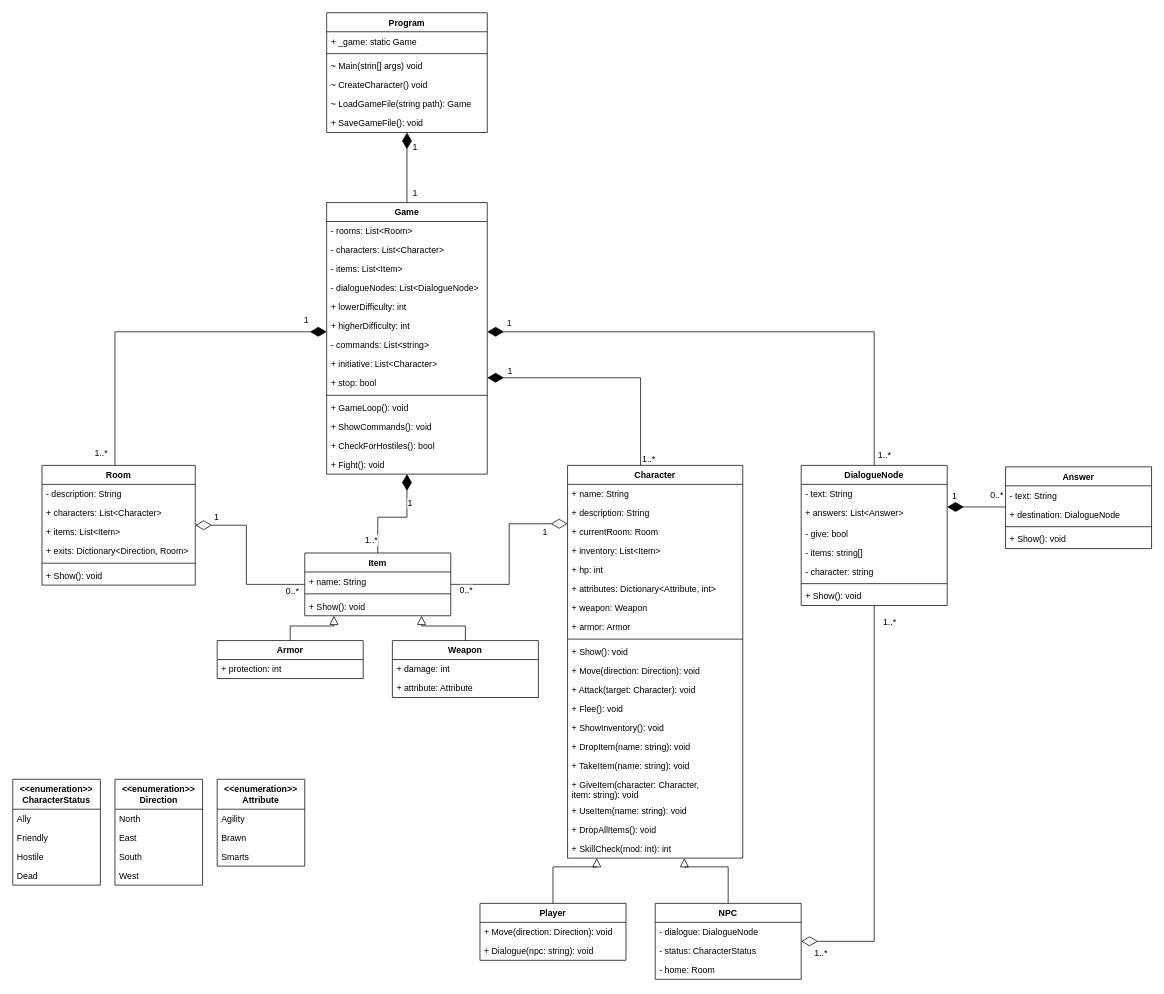
This is page "Classes" (2 of 3) of Diagrams/Legends of Antir Diagrams.drawio from qogoist/LegendsOfAntir, a draw.io file, before an edit. Source tidied: cells renumbered, new cells numbered last; positions are measured from the earlier drawing's top-left corner, leaving out a move shared by most shapes. Both pictures are drawn from the tidied source at 73%, with x=0, y=0 at pixel (12, 12).
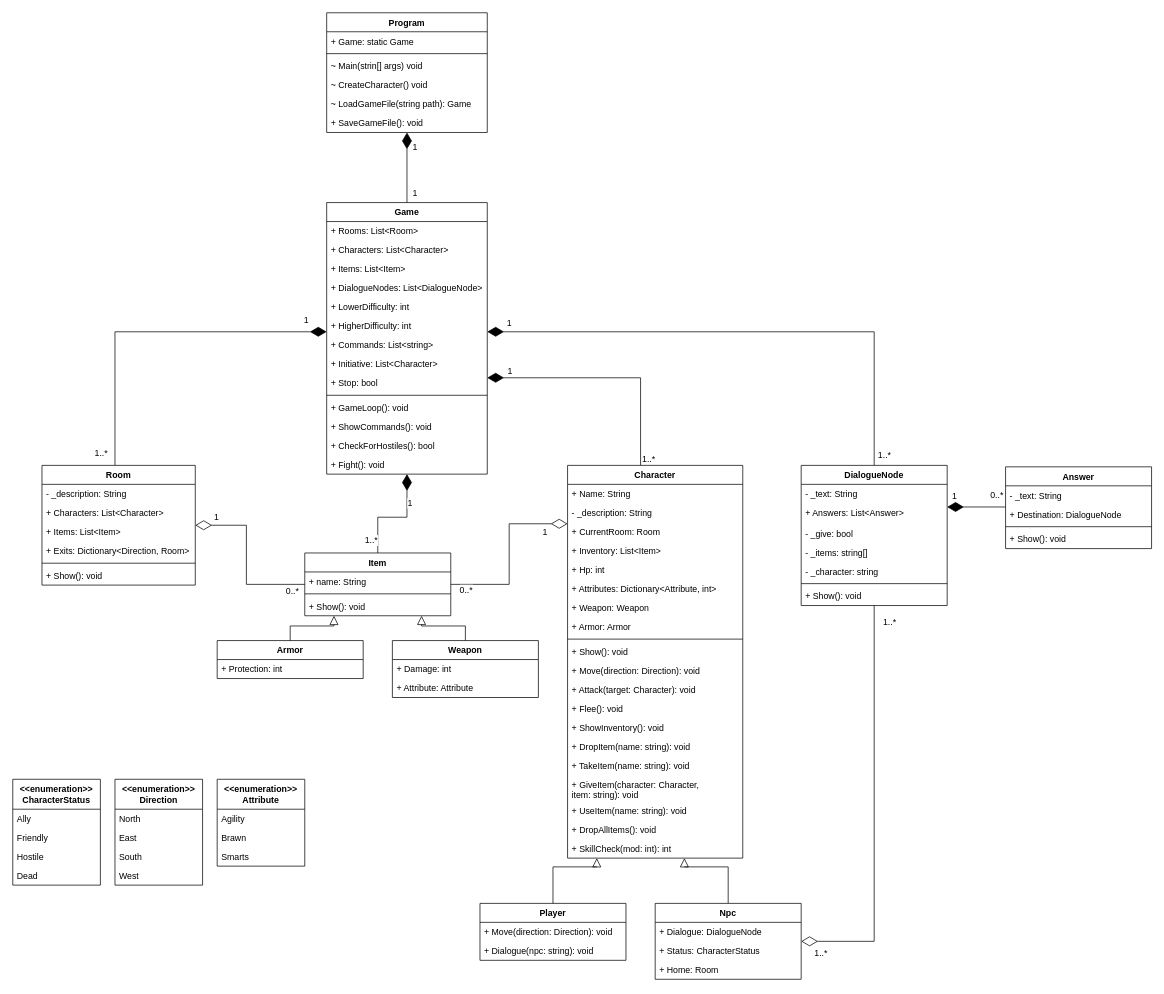
The same page after the edit.

The change refers to these unchanged cells:
```xml
<mxCell id="5" value="Game" style="swimlane;fontStyle=1;align=center;verticalAlign=top;horizontal=1;startSize=26;fillColor=none;" parent="1" vertex="1">
  <mxGeometry x="430" y="260" width="220" height="372" as="geometry" />
</mxCell>
<mxCell id="23" value="Room" style="swimlane;fontStyle=1;align=center;verticalAlign=top;horizontal=1;startSize=26;" parent="1" vertex="1">
  <mxGeometry x="40" y="620" width="210" height="164" as="geometry" />
</mxCell>
<mxCell id="33" value="Character" style="swimlane;fontStyle=1;align=center;verticalAlign=top;horizontal=1;startSize=26;" parent="1" vertex="1">
  <mxGeometry x="760" y="620" width="240" height="538" as="geometry" />
</mxCell>
<mxCell id="65" value="DialogueNode" style="swimlane;fontStyle=1;align=center;verticalAlign=top;horizontal=1;startSize=26;" parent="1" vertex="1">
  <mxGeometry x="1080" y="620" width="200" height="192" as="geometry" />
</mxCell>
<mxCell id="76" value="Answer" style="swimlane;fontStyle=1;align=center;verticalAlign=top;horizontal=1;startSize=26;fillColor=none;" parent="1" vertex="1">
  <mxGeometry x="1360" y="622" width="200" height="112" as="geometry" />
</mxCell>
<mxCell id="109" value="Armor" style="swimlane;fontStyle=1;align=center;verticalAlign=top;horizontal=1;startSize=26;fillColor=none;" parent="1" vertex="1">
  <mxGeometry x="280" y="860" width="200" height="52" as="geometry" />
</mxCell>
<mxCell id="112" value="Weapon" style="swimlane;fontStyle=1;align=center;verticalAlign=top;horizontal=1;startSize=26;fillColor=none;" parent="1" vertex="1">
  <mxGeometry x="520" y="860" width="200" height="78" as="geometry" />
</mxCell>
<mxCell id="119" value="Program" style="swimlane;fontStyle=1;align=center;verticalAlign=top;horizontal=1;startSize=26;" parent="1" vertex="1">
  <mxGeometry x="430" width="220" height="164" as="geometry" />
</mxCell>
```

The edit, as a diff of the source:
```diff
@@
-    <mxCell id="6" value="- rooms: List&lt;Room&gt;" style="text;strokeColor=none;fillColor=none;align=left;verticalAlign=top;spacingLeft=4;spacingRight=4;overflow=hidden;" parent="5" vertex="1">
+    <mxCell id="6" value="+ Rooms: List&lt;Room&gt;" style="text;strokeColor=none;fillColor=none;align=left;verticalAlign=top;spacingLeft=4;spacingRight=4;overflow=hidden;" parent="5" vertex="1">
       <mxGeometry y="26" width="220" height="26" as="geometry" />
     </mxCell>
-    <mxCell id="7" value="- characters: List&lt;Character&gt;" style="text;strokeColor=none;fillColor=none;align=left;verticalAlign=top;spacingLeft=4;spacingRight=4;overflow=hidden;" parent="5" vertex="1">
+    <mxCell id="7" value="+ Characters: List&lt;Character&gt;" style="text;strokeColor=none;fillColor=none;align=left;verticalAlign=top;spacingLeft=4;spacingRight=4;overflow=hidden;" parent="5" vertex="1">
       <mxGeometry y="52" width="220" height="26" as="geometry" />
     </mxCell>
-    <mxCell id="8" value="- items: List&lt;Item&gt;" style="text;strokeColor=none;fillColor=none;align=left;verticalAlign=top;spacingLeft=4;spacingRight=4;overflow=hidden;" parent="5" vertex="1">
+    <mxCell id="8" value="+ Items: List&lt;Item&gt;" style="text;strokeColor=none;fillColor=none;align=left;verticalAlign=top;spacingLeft=4;spacingRight=4;overflow=hidden;" parent="5" vertex="1">
       <mxGeometry y="78" width="220" height="26" as="geometry" />
     </mxCell>
-    <mxCell id="9" value="- dialogueNodes: List&lt;DialogueNode&gt;" style="text;strokeColor=none;fillColor=none;align=left;verticalAlign=top;spacingLeft=4;spacingRight=4;overflow=hidden;" parent="5" vertex="1">
+    <mxCell id="9" value="+ DialogueNodes: List&lt;DialogueNode&gt;" style="text;strokeColor=none;fillColor=none;align=left;verticalAlign=top;spacingLeft=4;spacingRight=4;overflow=hidden;" parent="5" vertex="1">
       <mxGeometry y="104" width="220" height="26" as="geometry" />
     </mxCell>
-    <mxCell id="10" value="+ lowerDifficulty: int" style="text;strokeColor=none;fillColor=none;align=left;verticalAlign=top;spacingLeft=4;spacingRight=4;overflow=hidden;" parent="5" vertex="1">
+    <mxCell id="10" value="+ LowerDifficulty: int" style="text;strokeColor=none;fillColor=none;align=left;verticalAlign=top;spacingLeft=4;spacingRight=4;overflow=hidden;" parent="5" vertex="1">
       <mxGeometry y="130" width="220" height="26" as="geometry" />
     </mxCell>
-    <mxCell id="11" value="+ higherDifficulty: int" style="text;strokeColor=none;fillColor=none;align=left;verticalAlign=top;spacingLeft=4;spacingRight=4;overflow=hidden;" parent="5" vertex="1">
+    <mxCell id="11" value="+ HigherDifficulty: int" style="text;strokeColor=none;fillColor=none;align=left;verticalAlign=top;spacingLeft=4;spacingRight=4;overflow=hidden;" parent="5" vertex="1">
       <mxGeometry y="156" width="220" height="26" as="geometry" />
     </mxCell>
-    <mxCell id="12" value="- commands: List&lt;string&gt;" style="text;strokeColor=none;fillColor=none;align=left;verticalAlign=top;spacingLeft=4;spacingRight=4;overflow=hidden;" parent="5" vertex="1">
+    <mxCell id="12" value="+ Commands: List&lt;string&gt;" style="text;strokeColor=none;fillColor=none;align=left;verticalAlign=top;spacingLeft=4;spacingRight=4;overflow=hidden;" parent="5" vertex="1">
       <mxGeometry y="182" width="220" height="26" as="geometry" />
     </mxCell>
-    <mxCell id="13" value="+ initiative: List&lt;Character&gt;" style="text;strokeColor=none;fillColor=none;align=left;verticalAlign=top;spacingLeft=4;spacingRight=4;overflow=hidden;" parent="5" vertex="1">
+    <mxCell id="13" value="+ Initiative: List&lt;Character&gt;" style="text;strokeColor=none;fillColor=none;align=left;verticalAlign=top;spacingLeft=4;spacingRight=4;overflow=hidden;" parent="5" vertex="1">
       <mxGeometry y="208" width="220" height="26" as="geometry" />
     </mxCell>
-    <mxCell id="14" value="+ stop: bool" style="text;strokeColor=none;fillColor=none;align=left;verticalAlign=top;spacingLeft=4;spacingRight=4;overflow=hidden;" parent="5" vertex="1">
+    <mxCell id="14" value="+ Stop: bool" style="text;strokeColor=none;fillColor=none;align=left;verticalAlign=top;spacingLeft=4;spacingRight=4;overflow=hidden;" parent="5" vertex="1">
       <mxGeometry y="234" width="220" height="26" as="geometry" />
     </mxCell>
@@
-    <mxCell id="24" value="- description: String" style="text;strokeColor=none;fillColor=none;align=left;verticalAlign=top;spacingLeft=4;spacingRight=4;overflow=hidden;" parent="23" vertex="1">
+    <mxCell id="24" value="- _description: String" style="text;strokeColor=none;fillColor=none;align=left;verticalAlign=top;spacingLeft=4;spacingRight=4;overflow=hidden;" parent="23" vertex="1">
       <mxGeometry y="26" width="210" height="26" as="geometry" />
     </mxCell>
-    <mxCell id="25" value="+ characters: List&lt;Character&gt;" style="text;strokeColor=none;fillColor=none;align=left;verticalAlign=top;spacingLeft=4;spacingRight=4;overflow=hidden;" parent="23" vertex="1">
+    <mxCell id="25" value="+ Characters: List&lt;Character&gt;" style="text;strokeColor=none;fillColor=none;align=left;verticalAlign=top;spacingLeft=4;spacingRight=4;overflow=hidden;" parent="23" vertex="1">
       <mxGeometry y="52" width="210" height="26" as="geometry" />
     </mxCell>
-    <mxCell id="26" value="+ items: List&lt;Item&gt;" style="text;strokeColor=none;fillColor=none;align=left;verticalAlign=top;spacingLeft=4;spacingRight=4;overflow=hidden;" parent="23" vertex="1">
+    <mxCell id="26" value="+ Items: List&lt;Item&gt;" style="text;strokeColor=none;fillColor=none;align=left;verticalAlign=top;spacingLeft=4;spacingRight=4;overflow=hidden;" parent="23" vertex="1">
       <mxGeometry y="78" width="210" height="26" as="geometry" />
     </mxCell>
-    <mxCell id="27" value="+ exits: Dictionary&lt;Direction, Room&gt;" style="text;strokeColor=none;fillColor=none;align=left;verticalAlign=top;spacingLeft=4;spacingRight=4;overflow=hidden;" parent="23" vertex="1">
+    <mxCell id="27" value="+ Exits: Dictionary&lt;Direction, Room&gt;" style="text;strokeColor=none;fillColor=none;align=left;verticalAlign=top;spacingLeft=4;spacingRight=4;overflow=hidden;" parent="23" vertex="1">
       <mxGeometry y="104" width="210" height="26" as="geometry" />
     </mxCell>
@@
-    <mxCell id="34" value="+ name: String" style="text;strokeColor=none;fillColor=none;align=left;verticalAlign=top;spacingLeft=4;spacingRight=4;overflow=hidden;" parent="33" vertex="1">
+    <mxCell id="34" value="+ Name: String" style="text;strokeColor=none;fillColor=none;align=left;verticalAlign=top;spacingLeft=4;spacingRight=4;overflow=hidden;" parent="33" vertex="1">
       <mxGeometry y="26" width="240" height="26" as="geometry" />
     </mxCell>
-    <mxCell id="35" value="+ description: String" style="text;strokeColor=none;fillColor=none;align=left;verticalAlign=top;spacingLeft=4;spacingRight=4;overflow=hidden;" parent="33" vertex="1">
+    <mxCell id="35" value="- _description: String" style="text;strokeColor=none;fillColor=none;align=left;verticalAlign=top;spacingLeft=4;spacingRight=4;overflow=hidden;" parent="33" vertex="1">
       <mxGeometry y="52" width="240" height="26" as="geometry" />
     </mxCell>
-    <mxCell id="36" value="+ currentRoom: Room" style="text;strokeColor=none;fillColor=none;align=left;verticalAlign=top;spacingLeft=4;spacingRight=4;overflow=hidden;" parent="33" vertex="1">
+    <mxCell id="36" value="+ CurrentRoom: Room" style="text;strokeColor=none;fillColor=none;align=left;verticalAlign=top;spacingLeft=4;spacingRight=4;overflow=hidden;" parent="33" vertex="1">
       <mxGeometry y="78" width="240" height="26" as="geometry" />
     </mxCell>
-    <mxCell id="37" value="+ inventory: List&lt;Item&gt;" style="text;strokeColor=none;fillColor=none;align=left;verticalAlign=top;spacingLeft=4;spacingRight=4;overflow=hidden;" parent="33" vertex="1">
+    <mxCell id="37" value="+ Inventory: List&lt;Item&gt;" style="text;strokeColor=none;fillColor=none;align=left;verticalAlign=top;spacingLeft=4;spacingRight=4;overflow=hidden;" parent="33" vertex="1">
       <mxGeometry y="104" width="240" height="26" as="geometry" />
     </mxCell>
-    <mxCell id="38" value="+ hp: int" style="text;strokeColor=none;fillColor=none;align=left;verticalAlign=top;spacingLeft=4;spacingRight=4;overflow=hidden;" parent="33" vertex="1">
+    <mxCell id="38" value="+ Hp: int" style="text;strokeColor=none;fillColor=none;align=left;verticalAlign=top;spacingLeft=4;spacingRight=4;overflow=hidden;" parent="33" vertex="1">
       <mxGeometry y="130" width="240" height="26" as="geometry" />
     </mxCell>
-    <mxCell id="39" value="+ attributes: Dictionary&lt;Attribute, int&gt;" style="text;strokeColor=none;fillColor=none;align=left;verticalAlign=top;spacingLeft=4;spacingRight=4;overflow=hidden;" parent="33" vertex="1">
+    <mxCell id="39" value="+ Attributes: Dictionary&lt;Attribute, int&gt;" style="text;strokeColor=none;fillColor=none;align=left;verticalAlign=top;spacingLeft=4;spacingRight=4;overflow=hidden;" parent="33" vertex="1">
       <mxGeometry y="156" width="240" height="26" as="geometry" />
     </mxCell>
-    <mxCell id="40" value="+ weapon: Weapon" style="text;strokeColor=none;fillColor=none;align=left;verticalAlign=top;spacingLeft=4;spacingRight=4;overflow=hidden;" parent="33" vertex="1">
+    <mxCell id="40" value="+ Weapon: Weapon" style="text;strokeColor=none;fillColor=none;align=left;verticalAlign=top;spacingLeft=4;spacingRight=4;overflow=hidden;" parent="33" vertex="1">
       <mxGeometry y="182" width="240" height="26" as="geometry" />
     </mxCell>
-    <mxCell id="41" value="+ armor: Armor" style="text;strokeColor=none;fillColor=none;align=left;verticalAlign=top;spacingLeft=4;spacingRight=4;overflow=hidden;" parent="33" vertex="1">
+    <mxCell id="41" value="+ Armor: Armor" style="text;strokeColor=none;fillColor=none;align=left;verticalAlign=top;spacingLeft=4;spacingRight=4;overflow=hidden;" parent="33" vertex="1">
       <mxGeometry y="208" width="240" height="26" as="geometry" />
     </mxCell>
@@
-    <mxCell id="55" value="NPC" style="swimlane;fontStyle=1;align=center;verticalAlign=top;horizontal=1;startSize=26;" parent="1" vertex="1">
+    <mxCell id="55" value="Npc" style="swimlane;fontStyle=1;align=center;verticalAlign=top;horizontal=1;startSize=26;" parent="1" vertex="1">
       <mxGeometry x="880" y="1220" width="200" height="104" as="geometry" />
     </mxCell>
-    <mxCell id="56" value="- dialogue: DialogueNode" style="text;strokeColor=none;fillColor=none;align=left;verticalAlign=top;spacingLeft=4;spacingRight=4;overflow=hidden;" parent="55" vertex="1">
+    <mxCell id="56" value="+ Dialogue: DialogueNode" style="text;strokeColor=none;fillColor=none;align=left;verticalAlign=top;spacingLeft=4;spacingRight=4;overflow=hidden;" parent="55" vertex="1">
       <mxGeometry y="26" width="200" height="26" as="geometry" />
     </mxCell>
-    <mxCell id="57" value="- status: CharacterStatus" style="text;strokeColor=none;fillColor=none;align=left;verticalAlign=top;spacingLeft=4;spacingRight=4;overflow=hidden;fontSize=12;" parent="55" vertex="1">
+    <mxCell id="57" value="+ Status: CharacterStatus" style="text;strokeColor=none;fillColor=none;align=left;verticalAlign=top;spacingLeft=4;spacingRight=4;overflow=hidden;fontSize=12;" parent="55" vertex="1">
       <mxGeometry y="52" width="200" height="26" as="geometry" />
     </mxCell>
-    <mxCell id="58" value="- home: Room" style="text;strokeColor=none;fillColor=none;align=left;verticalAlign=top;spacingLeft=4;spacingRight=4;overflow=hidden;" parent="55" vertex="1">
+    <mxCell id="58" value="+ Home: Room" style="text;strokeColor=none;fillColor=none;align=left;verticalAlign=top;spacingLeft=4;spacingRight=4;overflow=hidden;" parent="55" vertex="1">
       <mxGeometry y="78" width="200" height="26" as="geometry" />
     </mxCell>
@@
-    <mxCell id="66" value="- text: String" style="text;strokeColor=none;fillColor=none;align=left;verticalAlign=top;spacingLeft=4;spacingRight=4;overflow=hidden;" parent="65" vertex="1">
+    <mxCell id="66" value="- _text: String" style="text;strokeColor=none;fillColor=none;align=left;verticalAlign=top;spacingLeft=4;spacingRight=4;overflow=hidden;" parent="65" vertex="1">
       <mxGeometry y="26" width="200" height="26" as="geometry" />
     </mxCell>
-    <mxCell id="67" value="+ answers: List&lt;Answer&gt;" style="text;strokeColor=none;fillColor=none;align=left;verticalAlign=top;spacingLeft=4;spacingRight=4;overflow=hidden;" parent="65" vertex="1">
+    <mxCell id="67" value="+ Answers: List&lt;Answer&gt;" style="text;strokeColor=none;fillColor=none;align=left;verticalAlign=top;spacingLeft=4;spacingRight=4;overflow=hidden;" parent="65" vertex="1">
       <mxGeometry y="52" width="200" height="28" as="geometry" />
     </mxCell>
-    <mxCell id="68" value="- give: bool" style="text;strokeColor=none;fillColor=none;align=left;verticalAlign=top;spacingLeft=4;spacingRight=4;overflow=hidden;" parent="65" vertex="1">
+    <mxCell id="68" value="- _give: bool" style="text;strokeColor=none;fillColor=none;align=left;verticalAlign=top;spacingLeft=4;spacingRight=4;overflow=hidden;" parent="65" vertex="1">
       <mxGeometry y="80" width="200" height="26" as="geometry" />
     </mxCell>
-    <mxCell id="69" value="- items: string[]" style="text;strokeColor=none;fillColor=none;align=left;verticalAlign=top;spacingLeft=4;spacingRight=4;overflow=hidden;" parent="65" vertex="1">
+    <mxCell id="69" value="- _items: string[]" style="text;strokeColor=none;fillColor=none;align=left;verticalAlign=top;spacingLeft=4;spacingRight=4;overflow=hidden;" parent="65" vertex="1">
       <mxGeometry y="106" width="200" height="26" as="geometry" />
     </mxCell>
-    <mxCell id="70" value="- character: string" style="text;strokeColor=none;fillColor=none;align=left;verticalAlign=top;spacingLeft=4;spacingRight=4;overflow=hidden;" parent="65" vertex="1">
+    <mxCell id="70" value="- _character: string" style="text;strokeColor=none;fillColor=none;align=left;verticalAlign=top;spacingLeft=4;spacingRight=4;overflow=hidden;" parent="65" vertex="1">
       <mxGeometry y="132" width="200" height="26" as="geometry" />
     </mxCell>
@@
-    <mxCell id="77" value="- text: String" style="text;strokeColor=none;fillColor=none;align=left;verticalAlign=top;spacingLeft=4;spacingRight=4;overflow=hidden;" parent="76" vertex="1">
+    <mxCell id="77" value="- _text: String" style="text;strokeColor=none;fillColor=none;align=left;verticalAlign=top;spacingLeft=4;spacingRight=4;overflow=hidden;" parent="76" vertex="1">
       <mxGeometry y="26" width="200" height="26" as="geometry" />
     </mxCell>
-    <mxCell id="78" value="+ destination: DialogueNode" style="text;strokeColor=none;fillColor=none;align=left;verticalAlign=top;spacingLeft=4;spacingRight=4;overflow=hidden;" parent="76" vertex="1">
+    <mxCell id="78" value="+ Destination: DialogueNode" style="text;strokeColor=none;fillColor=none;align=left;verticalAlign=top;spacingLeft=4;spacingRight=4;overflow=hidden;" parent="76" vertex="1">
       <mxGeometry y="52" width="200" height="26" as="geometry" />
     </mxCell>
@@
-    <mxCell id="110" value="+ protection: int" style="text;strokeColor=none;fillColor=none;align=left;verticalAlign=top;spacingLeft=4;spacingRight=4;overflow=hidden;" parent="109" vertex="1">
+    <mxCell id="110" value="+ Protection: int" style="text;strokeColor=none;fillColor=none;align=left;verticalAlign=top;spacingLeft=4;spacingRight=4;overflow=hidden;" parent="109" vertex="1">
       <mxGeometry y="26" width="200" height="26" as="geometry" />
     </mxCell>
@@
-    <mxCell id="113" value="+ damage: int" style="text;strokeColor=none;fillColor=none;align=left;verticalAlign=top;spacingLeft=4;spacingRight=4;overflow=hidden;" parent="112" vertex="1">
+    <mxCell id="113" value="+ Damage: int" style="text;strokeColor=none;fillColor=none;align=left;verticalAlign=top;spacingLeft=4;spacingRight=4;overflow=hidden;" parent="112" vertex="1">
       <mxGeometry y="26" width="200" height="26" as="geometry" />
     </mxCell>
-    <mxCell id="114" value="+ attribute: Attribute" style="text;strokeColor=none;fillColor=none;align=left;verticalAlign=top;spacingLeft=4;spacingRight=4;overflow=hidden;" parent="112" vertex="1">
+    <mxCell id="114" value="+ Attribute: Attribute" style="text;strokeColor=none;fillColor=none;align=left;verticalAlign=top;spacingLeft=4;spacingRight=4;overflow=hidden;" parent="112" vertex="1">
       <mxGeometry y="52" width="200" height="26" as="geometry" />
     </mxCell>
@@
-    <mxCell id="120" value="+ _game: static Game" style="text;strokeColor=none;fillColor=none;align=left;verticalAlign=top;spacingLeft=4;spacingRight=4;overflow=hidden;" parent="119" vertex="1">
+    <mxCell id="120" value="+ Game: static Game" style="text;strokeColor=none;fillColor=none;align=left;verticalAlign=top;spacingLeft=4;spacingRight=4;overflow=hidden;" parent="119" vertex="1">
       <mxGeometry y="26" width="220" height="26" as="geometry" />
     </mxCell>
```
